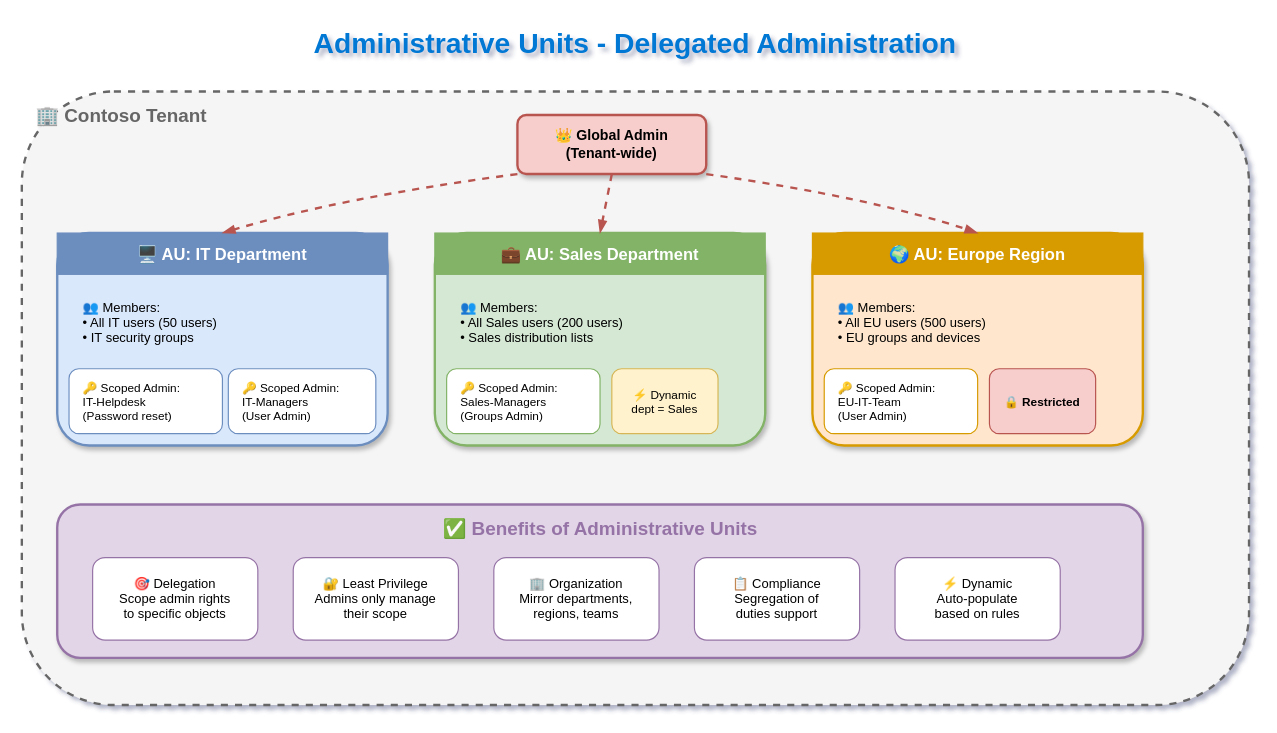
This is lesson-02-tenant-setup/2.7-administrative-units/diagram.drawio from MrParkerZ7/document-lesson-ad-entra-x-claude, a draw.io file, before an edit. Source tidied: cells renumbered, new cells numbered last; positions are measured from the earlier drawing's top-left corner, leaving out a move shared by most shapes. Both pictures are drawn from the tidied source at 118%, with x=0, y=0 at pixel (21, 20).
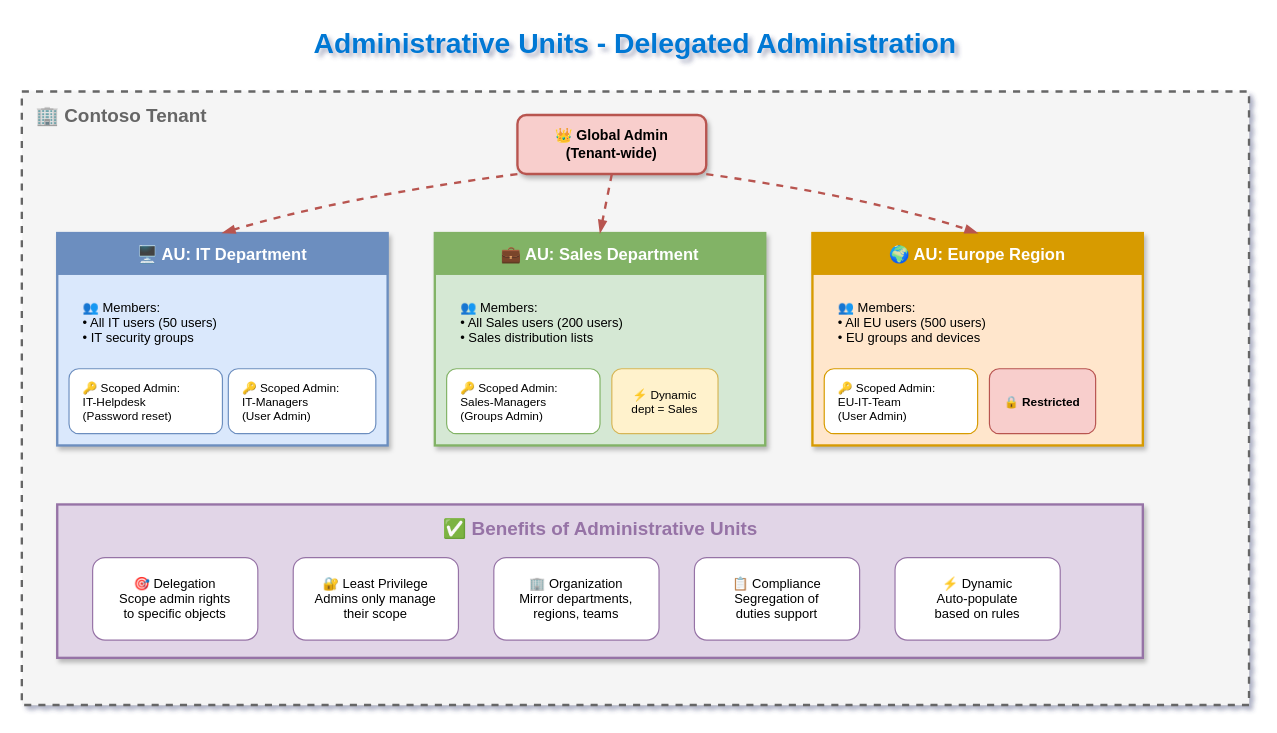
The same diagram, later.

The edit, as a diff of the source:
```diff
@@
-    <mxCell id="3" style="rounded=1;whiteSpace=wrap;html=1;fillColor=#f5f5f5;strokeColor=#666666;strokeWidth=2;dashed=1;" parent="1" vertex="1">
+    <mxCell id="3" style="rounded=0;whiteSpace=wrap;html=1;fillColor=#f5f5f5;strokeColor=#666666;strokeWidth=2;dashed=1;" parent="1" vertex="1">
       <mxGeometry y="60" width="1040" height="520" as="geometry" />
     </mxCell>
@@
-    <mxCell id="6" style="rounded=1;whiteSpace=wrap;html=1;fillColor=#dae8fc;strokeColor=#6c8ebf;strokeWidth=2;shadow=1;" parent="1" vertex="1">
+    <mxCell id="6" style="rounded=0;whiteSpace=wrap;html=1;fillColor=#dae8fc;strokeColor=#6c8ebf;strokeWidth=2;shadow=1;" parent="1" vertex="1">
       <mxGeometry x="30" y="180" width="280" height="180" as="geometry" />
     </mxCell>
@@
-    <mxCell id="11" style="rounded=1;whiteSpace=wrap;html=1;fillColor=#d5e8d4;strokeColor=#82b366;strokeWidth=2;shadow=1;" parent="1" vertex="1">
+    <mxCell id="11" style="rounded=0;whiteSpace=wrap;html=1;fillColor=#d5e8d4;strokeColor=#82b366;strokeWidth=2;shadow=1;" parent="1" vertex="1">
       <mxGeometry x="350" y="180" width="280" height="180" as="geometry" />
     </mxCell>
@@
-    <mxCell id="16" style="rounded=1;whiteSpace=wrap;html=1;fillColor=#ffe6cc;strokeColor=#d79b00;strokeWidth=2;shadow=1;" parent="1" vertex="1">
+    <mxCell id="16" style="rounded=0;whiteSpace=wrap;html=1;fillColor=#ffe6cc;strokeColor=#d79b00;strokeWidth=2;shadow=1;" parent="1" vertex="1">
       <mxGeometry x="670" y="180" width="280" height="180" as="geometry" />
     </mxCell>
@@
-    <mxCell id="24" style="rounded=1;whiteSpace=wrap;html=1;fillColor=#e1d5e7;strokeColor=#9673a6;strokeWidth=2;shadow=1;" parent="1" vertex="1">
+    <mxCell id="24" style="rounded=0;whiteSpace=wrap;html=1;fillColor=#e1d5e7;strokeColor=#9673a6;strokeWidth=2;shadow=1;" parent="1" vertex="1">
       <mxGeometry x="30" y="410" width="920" height="130" as="geometry" />
     </mxCell>
```
